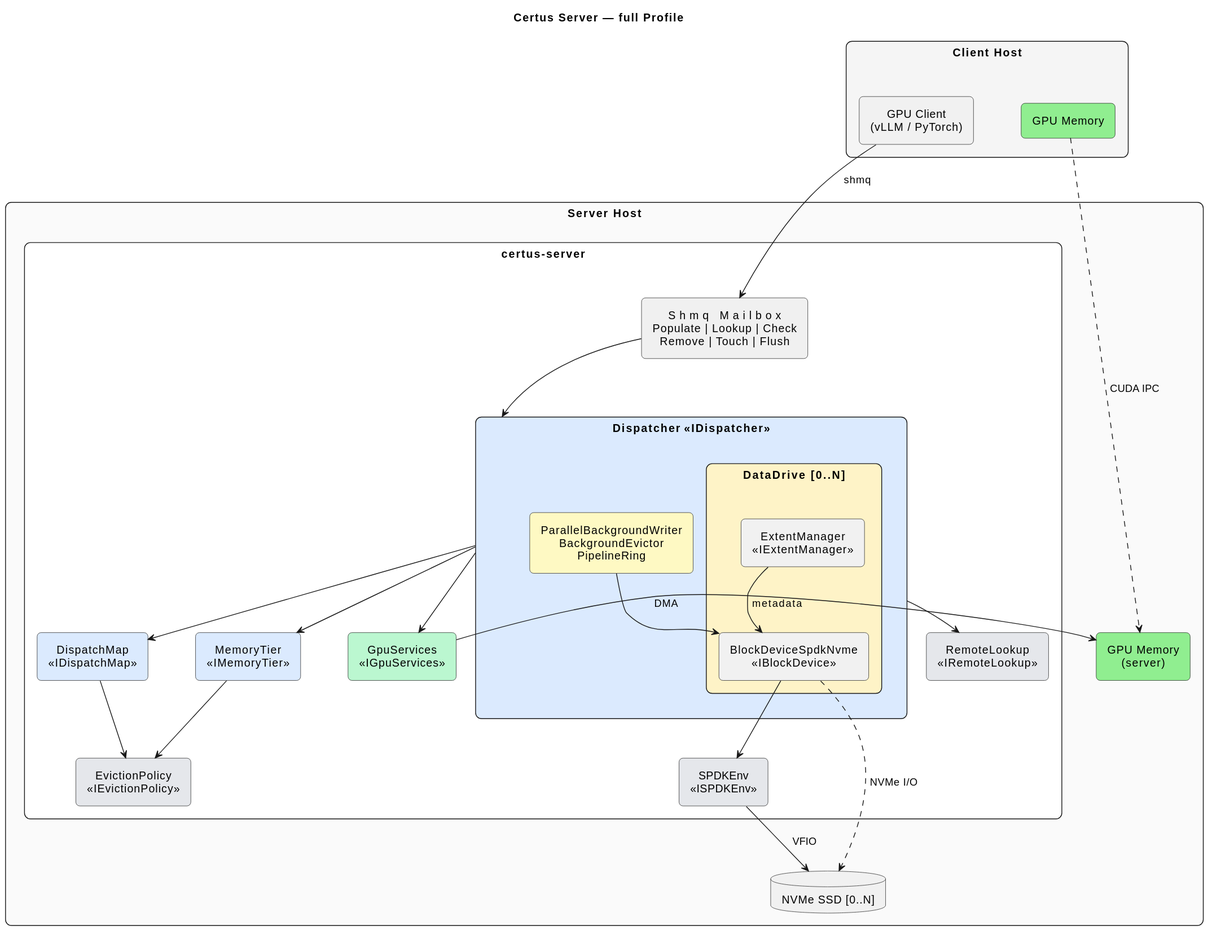
This is design/profiles/full/certus-server-deployment.svg from AI-native-Systems-Research/ai-native-storage-certus, a PlantUML export, as it was before one commit.
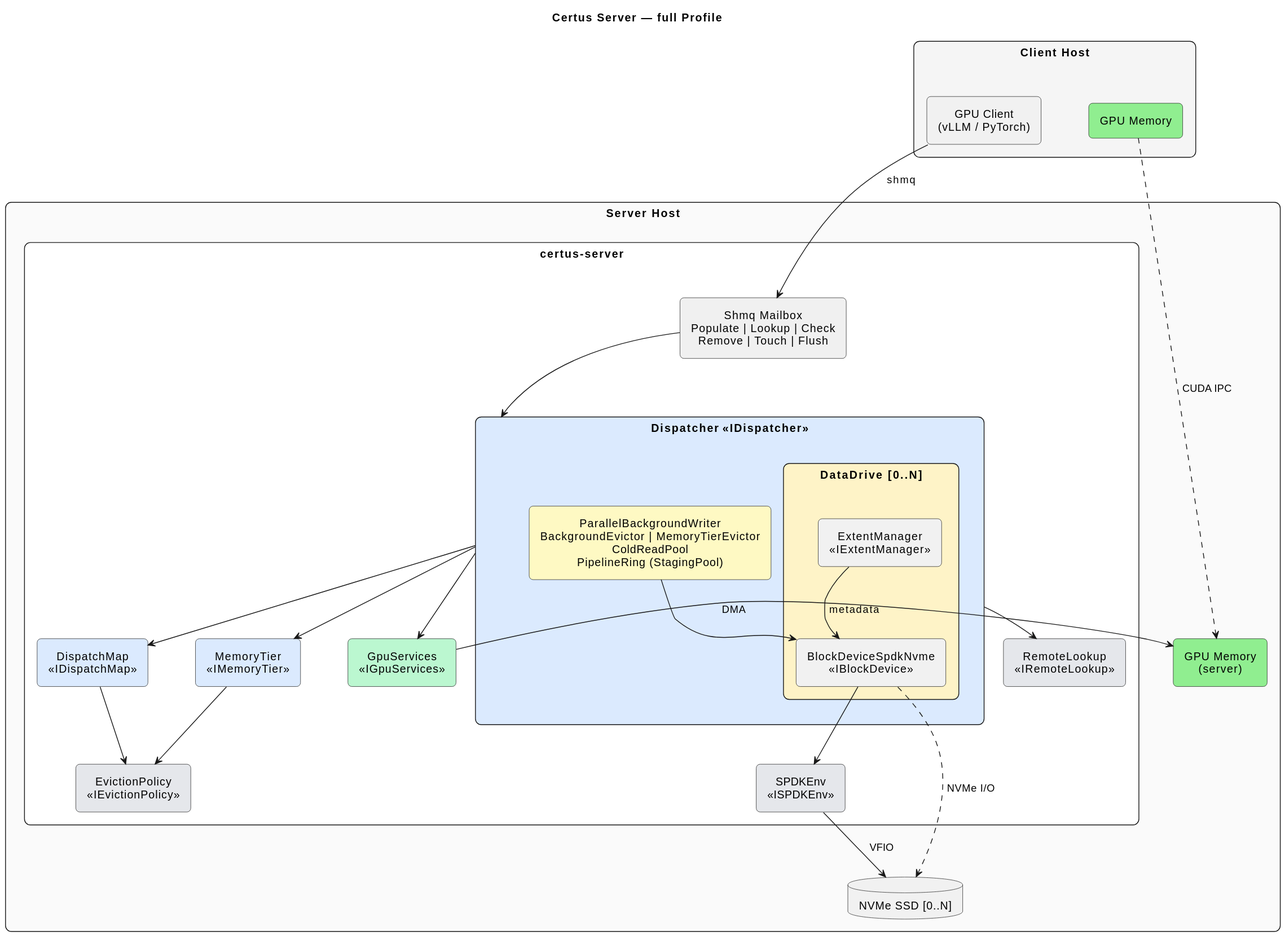
The same file after the commit.

Change to the diagram source:
```diff
@@ -22,14 +22,14 @@
 
     rectangle "certus-server" as server_proc #White {
 
-        agent "gRPC Service (tonic)\nPopulate | Lookup | Check\nRemove | Touch | Flush" as grpc #F0F0F0
+        agent "Shmq Mailbox\nPopulate | Lookup | Check\nRemove | Touch | Flush" as shmq #F0F0F0
 
         rectangle "**Dispatcher** <<IDispatcher>>" as dispatcher #DBEAFE {
             rectangle "DataDrive [0..N]" as data_drive #FEF3C7 {
                 agent "BlockDeviceSpdkNvme\n<<IBlockDevice>>" as blkdev
                 agent "ExtentManager\n<<IExtentManager>>" as extmgr
             }
-            agent "ParallelBackgroundWriter\nBackgroundEvictor\nPipelineRing" as disp_bg #FEF9C3
+            agent "ParallelBackgroundWriter\nBackgroundEvictor | MemoryTierEvictor\nColdReadPool\nPipelineRing (StagingPool)" as disp_bg #FEF9C3
         }
 
         agent "DispatchMap\n<<IDispatchMap>>" as dispatch_map #DBEAFE
@@ -45,10 +45,10 @@
 }
 
 
-pyclient -down-> grpc : gRPC
+pyclient -down-> shmq : shmq
 client_gpu .down.> server_gpu : CUDA IPC
 
-grpc -down-> dispatcher
+shmq -down-> dispatcher
 
 dispatcher -down-> dispatch_map
 dispatcher -down-> memory_tier
```
